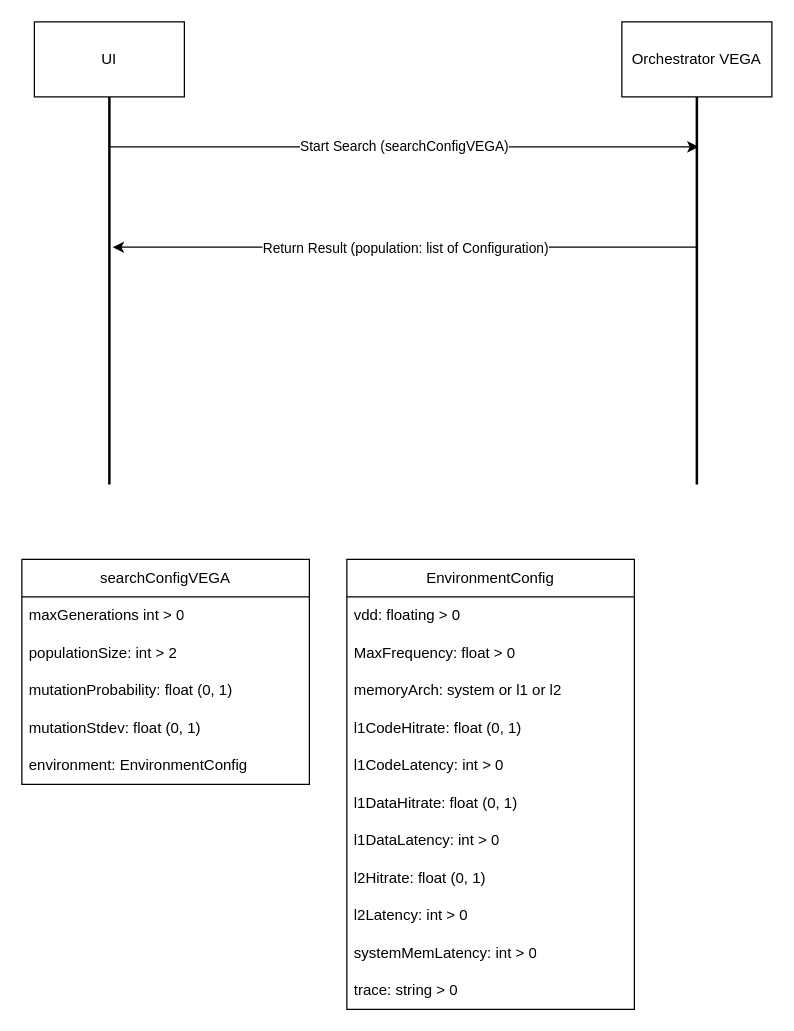
R-a-d-u/PSATSimSimulation keeps this draw.io diagram as page "VEGA" (2 of 2) of scheme/UI-Orchestrator.drawio. Above is the earlier version. Source tidied: cells renumbered, new cells numbered last; positions are measured from the earlier drawing's top-left corner, leaving out a move shared by most shapes. Both pictures are drawn from the tidied source at 125%, with x=0, y=0 at pixel (21, 21).
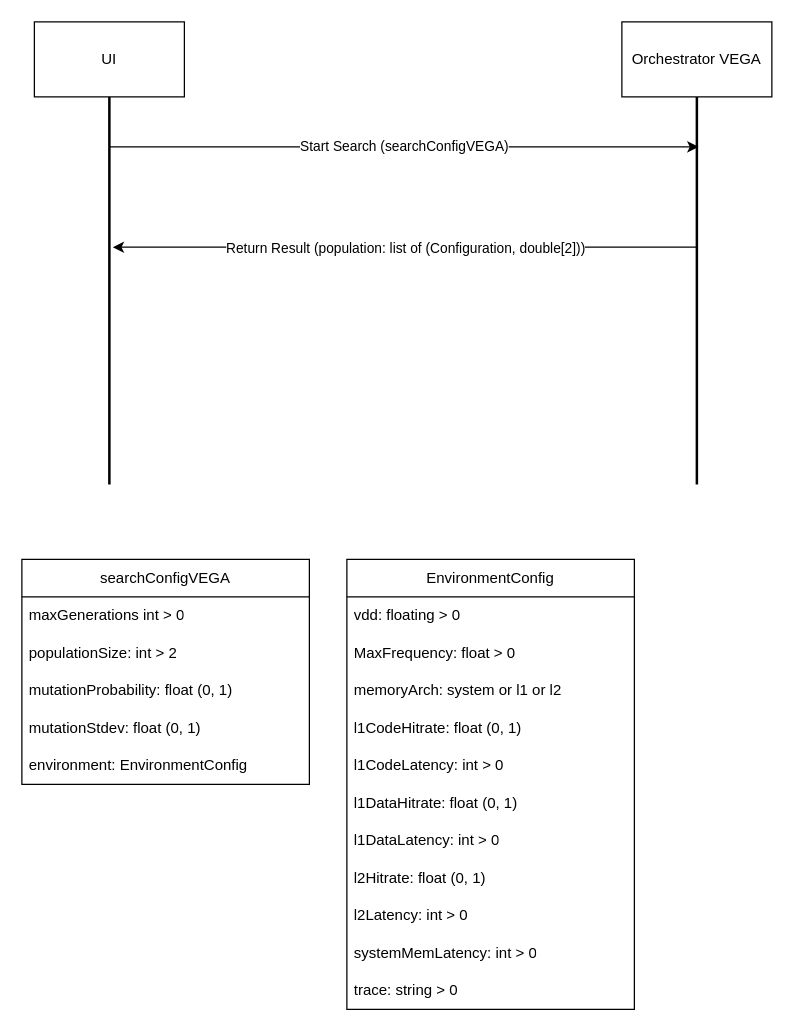
The same diagram, later.

Unchanged cells that the change refers to:
```xml
<mxCell id="8" style="endArrow=classic;html=1;rounded=0;entryX=0.388;entryY=0.229;entryDx=0;entryDy=0;entryPerimeter=0;exitX=0.388;exitY=0.5;exitDx=0;exitDy=0;exitPerimeter=0;" parent="1" edge="1" source="5" target="3">
  <mxGeometry relative="1" as="geometry" />
</mxCell>
```

Change to the diagram source:
```diff
@@
-    <mxCell id="9" value="Return Result (population: list of Configuration)" style="edgeLabel;html=1;align=center;verticalAlign=middle;" parent="8" vertex="1">
+    <mxCell id="9" value="Return Result (population: list of (Configuration, double[2]))" style="edgeLabel;html=1;align=center;verticalAlign=middle;" parent="8" vertex="1">
       <mxGeometry relative="1" as="geometry" />
     </mxCell>
```
